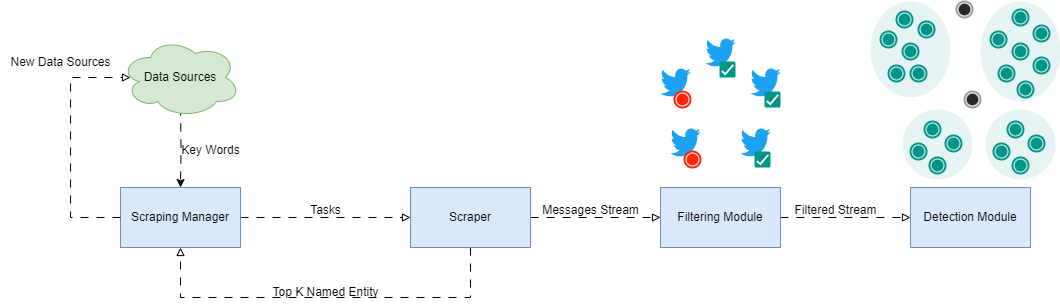
HasanKhadd0ur/GPDocs keeps this draw.io diagram as Methodology/methodology-Page-14.drawio.png. Above is the earlier version. Source tidied: cells renumbered, new cells last; positions are measured from the earlier drawing's top-left corner, leaving out a move shared by most shapes.
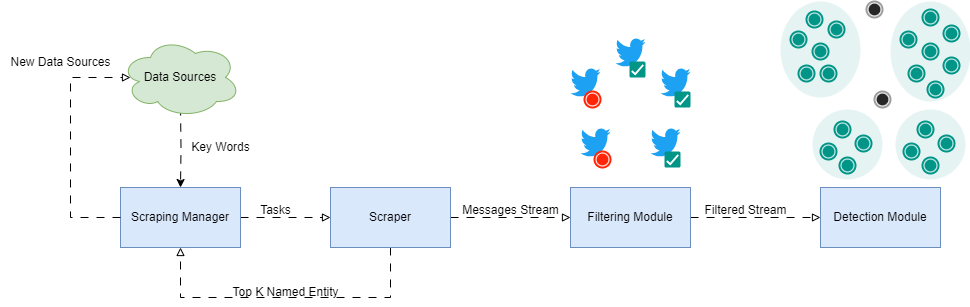
After the commit.

What changed in the source:
```diff
@@ -6,29 +6,29 @@
       <mxGeometry relative="1" as="geometry" />
     </mxCell>
     <mxCell id="3" value="Scraping Manager" style="rounded=0;whiteSpace=wrap;html=1;fillColor=#dae8fc;strokeColor=#6c8ebf;" parent="1" vertex="1">
-      <mxGeometry x="120" y="186" width="120" height="60" as="geometry" />
+      <mxGeometry x="210" y="186" width="120" height="60" as="geometry" />
     </mxCell>
     <mxCell id="4" style="edgeStyle=orthogonalEdgeStyle;rounded=0;jettySize=auto;html=1;exitX=0.5;exitY=1;exitDx=0;exitDy=0;entryX=0.5;entryY=0;entryDx=0;entryDy=0;dashed=1;dashPattern=8 8;" parent="1" edge="1" target="3">
       <mxGeometry relative="1" as="geometry">
-        <mxPoint x="180" y="106" as="sourcePoint" />
+        <mxPoint x="270" y="106" as="sourcePoint" />
       </mxGeometry>
     </mxCell>
     <mxCell id="5" style="edgeStyle=orthogonalEdgeStyle;rounded=0;jettySize=auto;html=1;dashed=1;dashPattern=8 8;endArrow=block;endFill=0;" parent="1" edge="1" source="7" target="10">
       <mxGeometry relative="1" as="geometry" />
     </mxCell>
-    <mxCell id="6" style="edgeStyle=orthogonalEdgeStyle;rounded=0;jettySize=auto;html=1;endArrow=block;endFill=0;dashed=1;dashPattern=8 8;entryX=0.5;entryY=1;entryDx=0;entryDy=0;" parent="1" edge="1" source="7" target="3">
+    <mxCell id="6" style="edgeStyle=orthogonalEdgeStyle;rounded=0;jettySize=auto;html=1;endArrow=block;endFill=0;dashed=1;dashPattern=8 8;" parent="1" edge="1" source="7" target="3">
       <mxGeometry relative="1" as="geometry">
         <Array as="points">
-          <mxPoint x="470" y="296" />
-          <mxPoint x="180" y="296" />
+          <mxPoint x="480" y="296" />
+          <mxPoint x="270" y="296" />
         </Array>
       </mxGeometry>
     </mxCell>
     <mxCell id="7" value="Scraper" style="rounded=0;whiteSpace=wrap;html=1;fillColor=#dae8fc;strokeColor=#6c8ebf;" parent="1" vertex="1">
-      <mxGeometry x="410" y="186" width="120" height="60" as="geometry" />
+      <mxGeometry x="420" y="186" width="120" height="60" as="geometry" />
     </mxCell>
     <mxCell id="8" value="Tasks" style="text;html=1;align=center;verticalAlign=middle;strokeColor=none;fillColor=none;" parent="1" vertex="1">
-      <mxGeometry x="300" y="194" width="50" height="30" as="geometry" />
+      <mxGeometry x="340" y="194" width="50" height="30" as="geometry" />
     </mxCell>
     <mxCell id="9" style="edgeStyle=orthogonalEdgeStyle;rounded=0;jettySize=auto;html=1;exitX=1;exitY=0.5;exitDx=0;exitDy=0;endArrow=block;endFill=0;dashed=1;dashPattern=8 8;" parent="1" edge="1" source="10" target="32">
       <mxGeometry relative="1" as="geometry" />
@@ -37,28 +37,28 @@
       <mxGeometry x="660" y="186" width="120" height="60" as="geometry" />
     </mxCell>
     <mxCell id="11" value="Top K Named Entity" style="text;html=1;align=center;verticalAlign=middle;strokeColor=none;fillColor=none;" parent="1" vertex="1">
-      <mxGeometry x="260" y="276" width="130" height="30" as="geometry" />
+      <mxGeometry x="310" y="276" width="130" height="30" as="geometry" />
     </mxCell>
     <mxCell id="12" style="edgeStyle=orthogonalEdgeStyle;rounded=0;jettySize=auto;html=1;dashed=1;dashPattern=8 8;exitX=0;exitY=0.5;exitDx=0;exitDy=0;endArrow=block;endFill=0;" parent="1" edge="1" source="3">
       <mxGeometry relative="1" as="geometry">
-        <mxPoint x="130" y="76" as="targetPoint" />
+        <mxPoint x="220" y="76" as="targetPoint" />
         <Array as="points">
-          <mxPoint x="70" y="216" />
-          <mxPoint x="70" y="76" />
+          <mxPoint x="160" y="216" />
+          <mxPoint x="160" y="76" />
         </Array>
       </mxGeometry>
     </mxCell>
     <mxCell id="13" value="New Data Sources" style="text;html=1;align=center;verticalAlign=middle;strokeColor=none;fillColor=none;" parent="1" vertex="1">
-      <mxGeometry y="46" width="120" height="30" as="geometry" />
+      <mxGeometry x="90" y="46" width="120" height="30" as="geometry" />
     </mxCell>
     <mxCell id="14" value="Data Sources" style="ellipse;shape=cloud;whiteSpace=wrap;html=1;fillColor=#d5e8d4;strokeColor=#82b366;" parent="1" vertex="1">
-      <mxGeometry x="120" y="36" width="120" height="80" as="geometry" />
+      <mxGeometry x="210" y="36" width="120" height="80" as="geometry" />
     </mxCell>
     <mxCell id="15" value="Key Words" style="text;html=1;align=center;verticalAlign=middle;strokeColor=none;fillColor=none;" parent="1" vertex="1">
-      <mxGeometry x="170" y="134" width="80" height="30" as="geometry" />
+      <mxGeometry x="270" y="131" width="80" height="30" as="geometry" />
     </mxCell>
     <mxCell id="16" value="Messages Stream" style="text;html=1;align=center;verticalAlign=middle;strokeColor=none;fillColor=none;" parent="1" vertex="1">
-      <mxGeometry x="530" y="194" width="120" height="30" as="geometry" />
+      <mxGeometry x="540" y="194" width="120" height="30" as="geometry" />
     </mxCell>
     <mxCell id="17" style="group;" parent="1" vertex="1">
       <mxGeometry x="750" y="66" width="30" height="40" as="geometry" />
```
